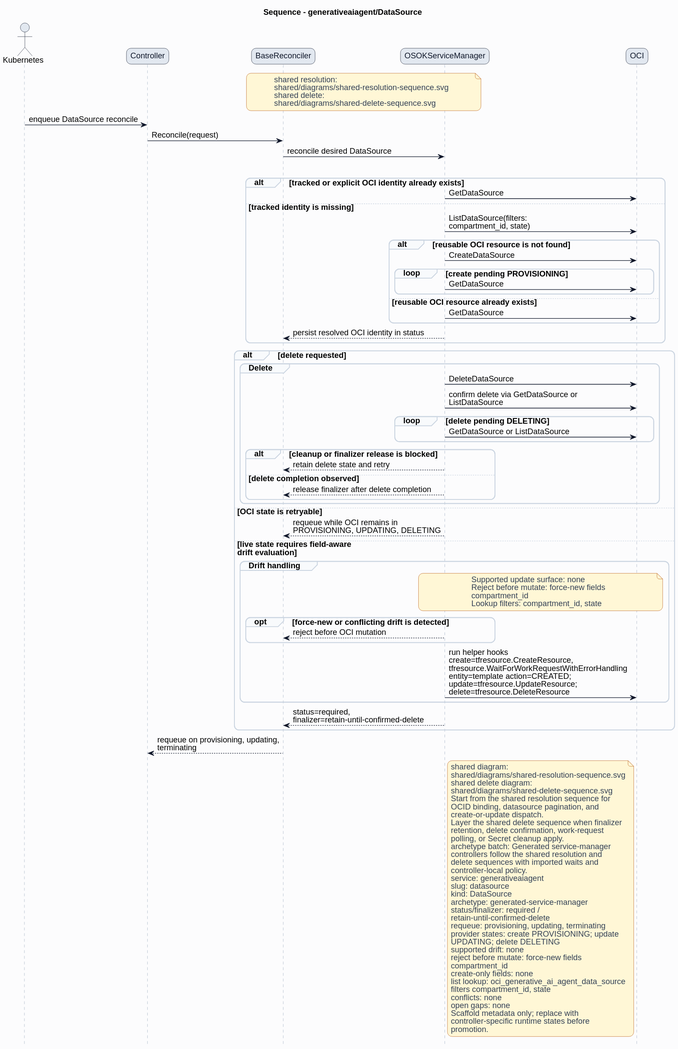
The PlantUML diagram formal/controllers/generativeaiagent/datasource/diagrams/sequence.svg in HaoyL666/oci-service-operator, before a commit.
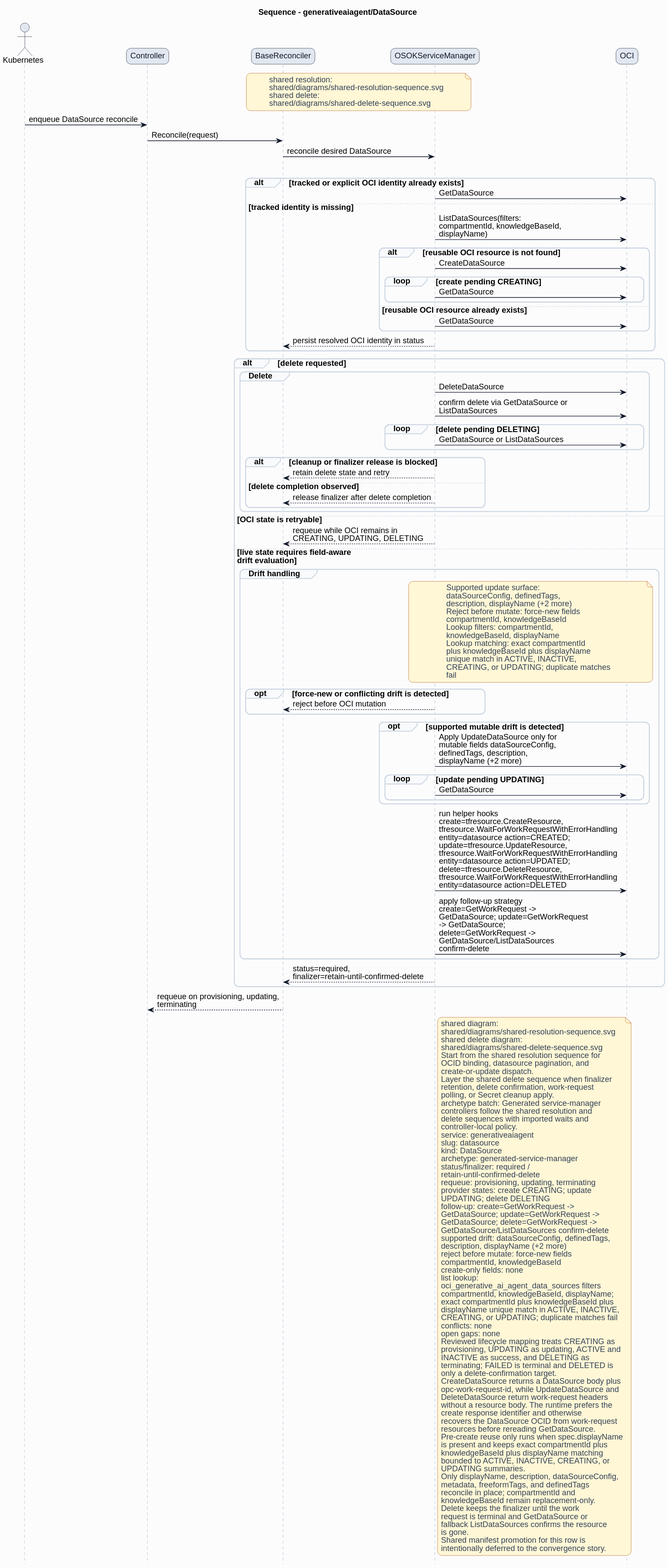
Above is the later version.

Change to the diagram source:
```diff
@@ -38,10 +38,10 @@
 alt tracked or explicit OCI identity already exists
 ServiceManager -> OCI: GetDataSource
 else tracked identity is missing
-ServiceManager -> OCI: ListDataSource(filters:\ncompartment_id, state)
+ServiceManager -> OCI: ListDataSources(filters:\ncompartmentId, knowledgeBaseId,\ndisplayName)
 alt reusable OCI resource is not found
 ServiceManager -> OCI: CreateDataSource
-loop create pending PROVISIONING
+loop create pending CREATING
 ServiceManager -> OCI: GetDataSource
 end
 else reusable OCI resource already exists
@@ -52,9 +52,9 @@
 alt delete requested
 group Delete
 ServiceManager -> OCI: DeleteDataSource
-ServiceManager -> OCI: confirm delete via GetDataSource or\nListDataSource
+ServiceManager -> OCI: confirm delete via GetDataSource or\nListDataSources
 loop delete pending DELETING
-ServiceManager -> OCI: GetDataSource or ListDataSource
+ServiceManager -> OCI: GetDataSource or ListDataSources
 end
 alt cleanup or finalizer release is blocked
 ServiceManager --> BaseReconciler: retain delete state and retry
@@ -63,19 +63,34 @@
 end
 end
 else OCI state is retryable
-ServiceManager --> BaseReconciler: requeue while OCI remains in\nPROVISIONING, UPDATING, DELETING
+ServiceManager --> BaseReconciler: requeue while OCI remains in\nCREATING, UPDATING, DELETING
 else live state requires field-aware\ndrift evaluation
 group Drift handling
 note over ServiceManager,OCI
-Supported update surface: none
+Supported update surface:
+dataSourceConfig, definedTags,
+description, displayName (+2 more)
 Reject before mutate: force-new fields
-compartment_id
-Lookup filters: compartment_id, state
+compartmentId, knowledgeBaseId
+Lookup filters: compartmentId,
+knowledgeBaseId, displayName
+Lookup matching: exact compartmentId
+plus knowledgeBaseId plus displayName
+unique match in ACTIVE, INACTIVE,
+CREATING, or UPDATING; duplicate matches
+fail
 end note
 opt force-new or conflicting drift is detected
 ServiceManager --> BaseReconciler: reject before OCI mutation
 end
-ServiceManager -> OCI: run helper hooks\ncreate=tfresource.CreateResource,\ntfresource.WaitForWorkRequestWithErrorHandling\nentity=template action=CREATED;\nupdate=tfresource.UpdateResource;\ndelete=tfresource.DeleteResource
+opt supported mutable drift is detected
+ServiceManager -> OCI: Apply UpdateDataSource only for\nmutable fields dataSourceConfig,\ndefinedTags, description,\ndisplayName (+2 more)
+loop update pending UPDATING
+ServiceManager -> OCI: GetDataSource
+end
+end
+ServiceManager -> OCI: run helper hooks\ncreate=tfresource.CreateResource,\ntfresource.WaitForWorkRequestWithErrorHandling\nentity=datasource action=CREATED;\nupdate=tfresource.UpdateResource,\ntfresource.WaitForWorkRequestWithErrorHandling\nentity=datasource action=UPDATED;\ndelete=tfresource.DeleteResource,\ntfresource.WaitForWorkRequestWithErrorHandling\nentity=datasource action=DELETED
+ServiceManager -> OCI: apply follow-up strategy\ncreate=GetWorkRequest ->\nGetDataSource; update=GetWorkRequest\n-> GetDataSource;\ndelete=GetWorkRequest ->\nGetDataSource/ListDataSources\nconfirm-delete
 end
 ServiceManager --> BaseReconciler: status=required,\nfinalizer=retain-until-confirmed-delete
 end
@@ -102,18 +117,51 @@
 status/finalizer: required /
 retain-until-confirmed-delete
 requeue: provisioning, updating, terminating
-provider states: create PROVISIONING; update
+provider states: create CREATING; update
 UPDATING; delete DELETING
-supported drift: none
+follow-up: create=GetWorkRequest ->
+GetDataSource; update=GetWorkRequest ->
+GetDataSource; delete=GetWorkRequest ->
+GetDataSource/ListDataSources confirm-delete
+supported drift: dataSourceConfig, definedTags,
+description, displayName (+2 more)
 reject before mutate: force-new fields
-compartment_id
+compartmentId, knowledgeBaseId
 create-only fields: none
-list lookup: oci_generative_ai_agent_data_source
-filters compartment_id, state
+list lookup:
+oci_generative_ai_agent_data_sources filters
+compartmentId, knowledgeBaseId, displayName;
+exact compartmentId plus knowledgeBaseId plus
+displayName unique match in ACTIVE, INACTIVE,
+CREATING, or UPDATING; duplicate matches fail
 conflicts: none
 open gaps: none
-Scaffold metadata only; replace with
-controller-specific runtime states before
-promotion.
+Reviewed lifecycle mapping treats CREATING as
+provisioning, UPDATING as updating, ACTIVE and
+INACTIVE as success, and DELETING as
+terminating; FAILED is terminal and DELETED is
+only a delete-confirmation target.
+CreateDataSource returns a DataSource body plus
+opc-work-request-id, while UpdateDataSource and
+DeleteDataSource return work-request headers
+without a resource body. The runtime prefers the
+create response identifier and otherwise
+recovers the DataSource OCID from work-request
+resources before rereading GetDataSource.
+Pre-create reuse only runs when spec.displayName
+is present and keeps exact compartmentId plus
+knowledgeBaseId plus displayName matching
+bounded to ACTIVE, INACTIVE, CREATING, or
+UPDATING summaries.
+Only displayName, description, dataSourceConfig,
+metadata, freeformTags, and definedTags
+reconcile in place; compartmentId and
+knowledgeBaseId remain replacement-only.
+Delete keeps the finalizer until the work
+request is terminal and GetDataSource or
+fallback ListDataSources confirms the resource
+is gone.
+Shared manifest promotion for this row is
+intentionally deferred to the convergence story.
 end note
 @enduml
```
